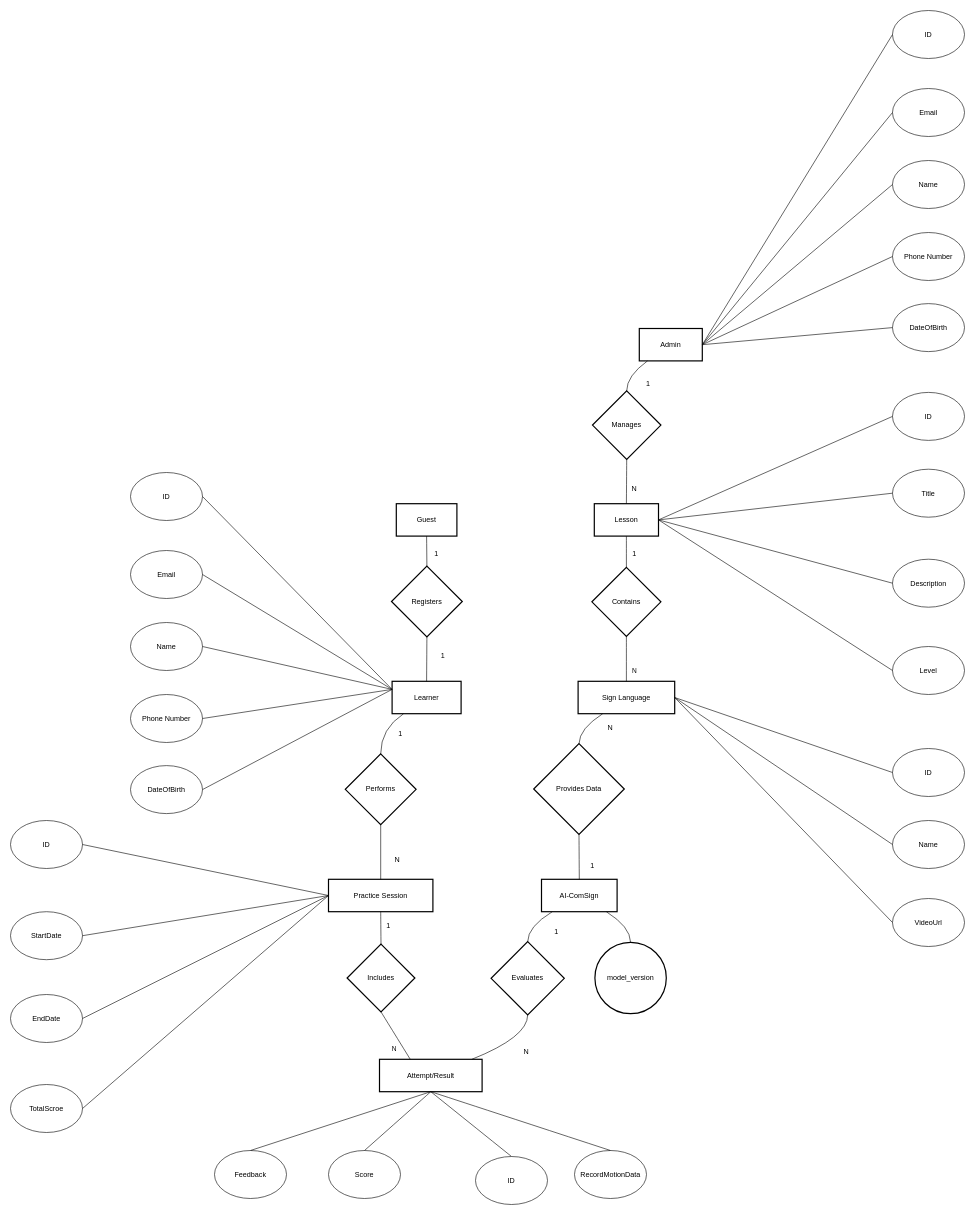
Earlier version of the draw.io diagram docs/ConceptualERD.drawio (CtrlConquerors/AI-ComSign). Source tidied: cells renumbered, new cells numbered last; positions are measured from the earlier drawing's top-left corner, leaving out a move shared by most shapes. Both pictures are drawn from the tidied source at 60%, with x=0, y=0 at pixel (10, 10).
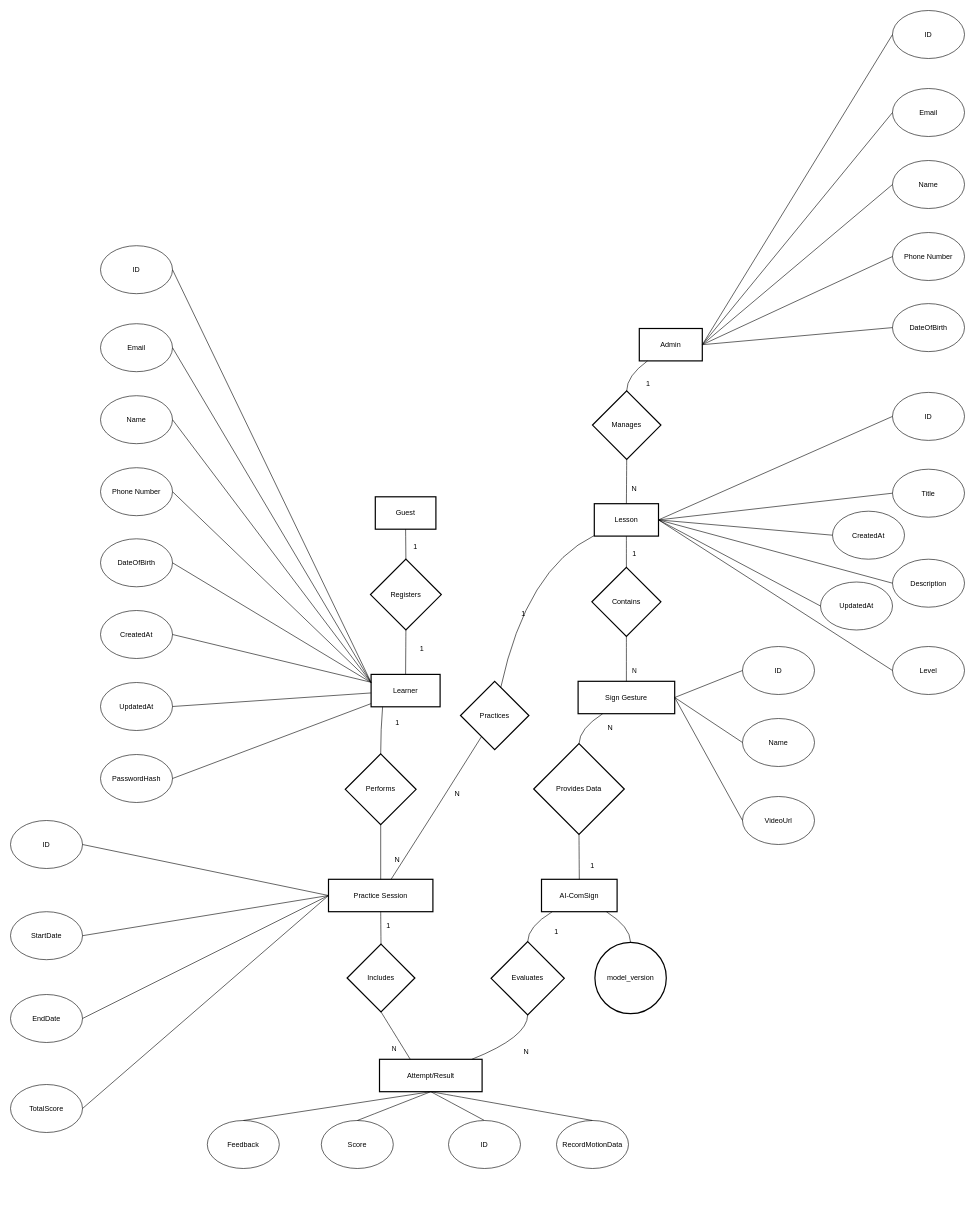
Above is the later version.

Unchanged cells that the change refers to:
```xml
<mxCell id="6" value="Lesson" style="whiteSpace=wrap;strokeWidth=2;" parent="1" vertex="1">
  <mxGeometry x="973" y="822" width="107" height="54" as="geometry" />
</mxCell>
<mxCell id="8" value="Practice Session" style="whiteSpace=wrap;strokeWidth=2;" parent="1" vertex="1">
  <mxGeometry x="530" y="1448" width="174" height="54" as="geometry" />
</mxCell>
```

The edit, as a diff of the source:
```diff
@@
     <mxCell id="2" value="Guest" style="whiteSpace=wrap;strokeWidth=2;" parent="1" vertex="1">
-      <mxGeometry x="643" y="822" width="101" height="54" as="geometry" />
+      <mxGeometry x="608" y="810.5" width="101" height="54" as="geometry" />
     </mxCell>
     <mxCell id="3" value="Learner" style="whiteSpace=wrap;strokeWidth=2;" parent="1" vertex="1">
-      <mxGeometry x="636" y="1118" width="115" height="54" as="geometry" />
+      <mxGeometry x="601" y="1106.5" width="115" height="54" as="geometry" />
     </mxCell>
@@
-    <mxCell id="7" value="Sign Language" style="whiteSpace=wrap;strokeWidth=2;" parent="1" vertex="1">
+    <mxCell id="7" value="Sign Gesture" style="whiteSpace=wrap;strokeWidth=2;" parent="1" vertex="1">
       <mxGeometry x="946" y="1118" width="161" height="54" as="geometry" />
     </mxCell>
@@
     <mxCell id="10" value="Registers" style="rhombus;strokeWidth=2;whiteSpace=wrap;" parent="1" vertex="1">
-      <mxGeometry x="635" y="926" width="118" height="118" as="geometry" />
+      <mxGeometry x="600" y="914.5" width="118" height="118" as="geometry" />
     </mxCell>
@@
+    <mxCell id="95" value="Practices" style="rhombus;strokeWidth=2;whiteSpace=wrap;" parent="1" vertex="1">
+      <mxGeometry x="750" y="1118" width="114" height="114" as="geometry" />
+    </mxCell>
+    <mxCell id="96" style="curved=1;startArrow=none;endArrow=none;rounded=0;" parent="1" edge="1" source="6" target="95">
+      <mxGeometry relative="1" as="geometry">
+        <Array as="points">
+          <mxPoint x="860" y="930" />
+        </Array>
+      </mxGeometry>
+    </mxCell>
+    <mxCell id="97" style="curved=1;startArrow=none;endArrow=none;rounded=0;" parent="1" edge="1" source="95" target="8">
+      <mxGeometry relative="1" as="geometry">
+        <Array as="points">
+          <mxPoint x="710" y="1330" />
+        </Array>
+      </mxGeometry>
+    </mxCell>
+    <mxCell id="98" value="1" style="text;html=1;whiteSpace=wrap;strokeColor=none;fillColor=none;align=center;verticalAlign=middle;rounded=0;" parent="1" vertex="1">
+      <mxGeometry x="840" y="990" width="30" height="30" as="geometry" />
+    </mxCell>
+    <mxCell id="99" value="N" style="text;html=1;whiteSpace=wrap;strokeColor=none;fillColor=none;align=center;verticalAlign=middle;rounded=0;" parent="1" vertex="1">
+      <mxGeometry x="730" y="1290" width="30" height="30" as="geometry" />
+    </mxCell>
@@
     <mxCell id="33" value="1" style="text;html=1;whiteSpace=wrap;strokeColor=none;fillColor=none;align=center;verticalAlign=middle;rounded=0;" parent="1" vertex="1">
-      <mxGeometry x="695" y="890" width="30" height="30" as="geometry" />
+      <mxGeometry x="660" y="878.5" width="30" height="30" as="geometry" />
     </mxCell>
     <mxCell id="34" value="1" style="text;html=1;whiteSpace=wrap;strokeColor=none;fillColor=none;align=center;verticalAlign=middle;rounded=0;" parent="1" vertex="1">
-      <mxGeometry x="706" y="1060" width="30" height="30" as="geometry" />
+      <mxGeometry x="671" y="1048.5" width="30" height="30" as="geometry" />
     </mxCell>
@@
     <mxCell id="36" value="1" style="text;html=1;whiteSpace=wrap;strokeColor=none;fillColor=none;align=center;verticalAlign=middle;rounded=0;" parent="1" vertex="1">
-      <mxGeometry x="635" y="1190" width="30" height="30" as="geometry" />
+      <mxGeometry x="630" y="1172" width="30" height="30" as="geometry" />
     </mxCell>
@@
     <mxCell id="39" value="Name" style="ellipse;whiteSpace=wrap;html=1;" parent="1" vertex="1">
-      <mxGeometry x="200" y="1020" width="120" height="80" as="geometry" />
+      <mxGeometry x="150" y="642" width="120" height="80" as="geometry" />
     </mxCell>
     <mxCell id="40" value="Phone Number" style="ellipse;whiteSpace=wrap;html=1;" parent="1" vertex="1">
-      <mxGeometry x="200" y="1140" width="120" height="80" as="geometry" />
+      <mxGeometry x="150" y="762" width="120" height="80" as="geometry" />
     </mxCell>
     <mxCell id="41" value="Email" style="ellipse;whiteSpace=wrap;html=1;" parent="1" vertex="1">
-      <mxGeometry x="200" y="900" width="120" height="80" as="geometry" />
+      <mxGeometry x="150" y="522" width="120" height="80" as="geometry" />
     </mxCell>
     <mxCell id="42" value="DateOfBirth" style="ellipse;whiteSpace=wrap;html=1;" parent="1" vertex="1">
-      <mxGeometry x="200" y="1258.5" width="120" height="80" as="geometry" />
+      <mxGeometry x="150" y="880.5" width="120" height="80" as="geometry" />
     </mxCell>
@@
     <mxCell id="47" value="ID" style="ellipse;whiteSpace=wrap;html=1;" parent="1" vertex="1">
-      <mxGeometry x="775" y="1910" width="120" height="80" as="geometry" />
+      <mxGeometry x="730" y="1850" width="120" height="80" as="geometry" />
     </mxCell>
     <mxCell id="48" value="Score" style="ellipse;whiteSpace=wrap;html=1;" parent="1" vertex="1">
-      <mxGeometry x="530" y="1900" width="120" height="80" as="geometry" />
+      <mxGeometry x="518" y="1850" width="120" height="80" as="geometry" />
     </mxCell>
@@
     <mxCell id="50" value="RecordMotionData" style="ellipse;whiteSpace=wrap;html=1;" parent="1" vertex="1">
-      <mxGeometry x="940" y="1900" width="120" height="80" as="geometry" />
+      <mxGeometry x="910" y="1850" width="120" height="80" as="geometry" />
     </mxCell>
@@
     <mxCell id="54" value="Feedback" style="ellipse;whiteSpace=wrap;html=1;" parent="1" vertex="1">
-      <mxGeometry x="340" y="1900" width="120" height="80" as="geometry" />
+      <mxGeometry x="328" y="1850" width="120" height="80" as="geometry" />
     </mxCell>
@@
     <mxCell id="56" value="ID" style="ellipse;whiteSpace=wrap;html=1;" parent="1" vertex="1">
-      <mxGeometry x="200" y="770" width="120" height="80" as="geometry" />
+      <mxGeometry x="150" y="392" width="120" height="80" as="geometry" />
     </mxCell>
@@
     <mxCell id="71" value="ID" style="ellipse;whiteSpace=wrap;html=1;" parent="1" vertex="1">
-      <mxGeometry x="1470" y="1230" width="120" height="80" as="geometry" />
+      <mxGeometry x="1220" y="1060" width="120" height="80" as="geometry" />
     </mxCell>
@@
     <mxCell id="73" value="Name" style="ellipse;whiteSpace=wrap;html=1;" parent="1" vertex="1">
-      <mxGeometry x="1470" y="1350" width="120" height="80" as="geometry" />
+      <mxGeometry x="1220" y="1180" width="120" height="80" as="geometry" />
     </mxCell>
@@
     <mxCell id="75" value="VideoUrl" style="ellipse;whiteSpace=wrap;html=1;" parent="1" vertex="1">
-      <mxGeometry x="1470" y="1480" width="120" height="80" as="geometry" />
+      <mxGeometry x="1220" y="1310" width="120" height="80" as="geometry" />
     </mxCell>
@@
+    <mxCell id="100" value="CreatedAt" style="ellipse;whiteSpace=wrap;html=1;" parent="1" vertex="1">
+      <mxGeometry x="1370" y="834.5" width="120" height="80" as="geometry" />
+    </mxCell>
+    <mxCell id="101" value="UpdatedAt" style="ellipse;whiteSpace=wrap;html=1;" parent="1" vertex="1">
+      <mxGeometry x="1350" y="952.5" width="120" height="80" as="geometry" />
+    </mxCell>
+    <mxCell id="102" style="endArrow=none;html=1;rounded=0;exitX=0;exitY=0.5;exitDx=0;exitDy=0;entryX=1;entryY=0.5;entryDx=0;entryDy=0;" parent="1" edge="1" source="100" target="6">
+      <mxGeometry relative="1" as="geometry" />
+    </mxCell>
+    <mxCell id="103" style="endArrow=none;html=1;rounded=0;exitX=0;exitY=0.5;exitDx=0;exitDy=0;entryX=1;entryY=0.5;entryDx=0;entryDy=0;" parent="1" edge="1" source="101" target="6">
+      <mxGeometry relative="1" as="geometry" />
+    </mxCell>
@@
-    <mxCell id="90" value="TotalScroe" style="ellipse;whiteSpace=wrap;html=1;" parent="1" vertex="1">
+    <mxCell id="90" value="TotalScore" style="ellipse;whiteSpace=wrap;html=1;" parent="1" vertex="1">
       <mxGeometry y="1790" width="120" height="80" as="geometry" />
     </mxCell>
+    <mxCell id="104" value="CreatedAt" style="ellipse;whiteSpace=wrap;html=1;" parent="1" vertex="1">
+      <mxGeometry x="150" y="1000" width="120" height="80" as="geometry" />
+    </mxCell>
+    <mxCell id="105" value="UpdatedAt" style="ellipse;whiteSpace=wrap;html=1;" parent="1" vertex="1">
+      <mxGeometry x="150" y="1120" width="120" height="80" as="geometry" />
+    </mxCell>
+    <mxCell id="106" value="PasswordHash" style="ellipse;whiteSpace=wrap;html=1;" parent="1" vertex="1">
+      <mxGeometry x="150" y="1240" width="120" height="80" as="geometry" />
+    </mxCell>
+    <mxCell id="107" style="endArrow=none;html=1;rounded=0;exitX=1;exitY=0.5;exitDx=0;exitDy=0;" parent="1" edge="1" source="104" target="3">
+      <mxGeometry relative="1" as="geometry" />
+    </mxCell>
+    <mxCell id="108" style="endArrow=none;html=1;rounded=0;exitX=1;exitY=0.5;exitDx=0;exitDy=0;" parent="1" edge="1" source="105" target="3">
+      <mxGeometry relative="1" as="geometry" />
+    </mxCell>
+    <mxCell id="109" style="endArrow=none;html=1;rounded=0;exitX=1;exitY=0.5;exitDx=0;exitDy=0;" parent="1" edge="1" source="106" target="3">
+      <mxGeometry relative="1" as="geometry" />
+    </mxCell>
```
